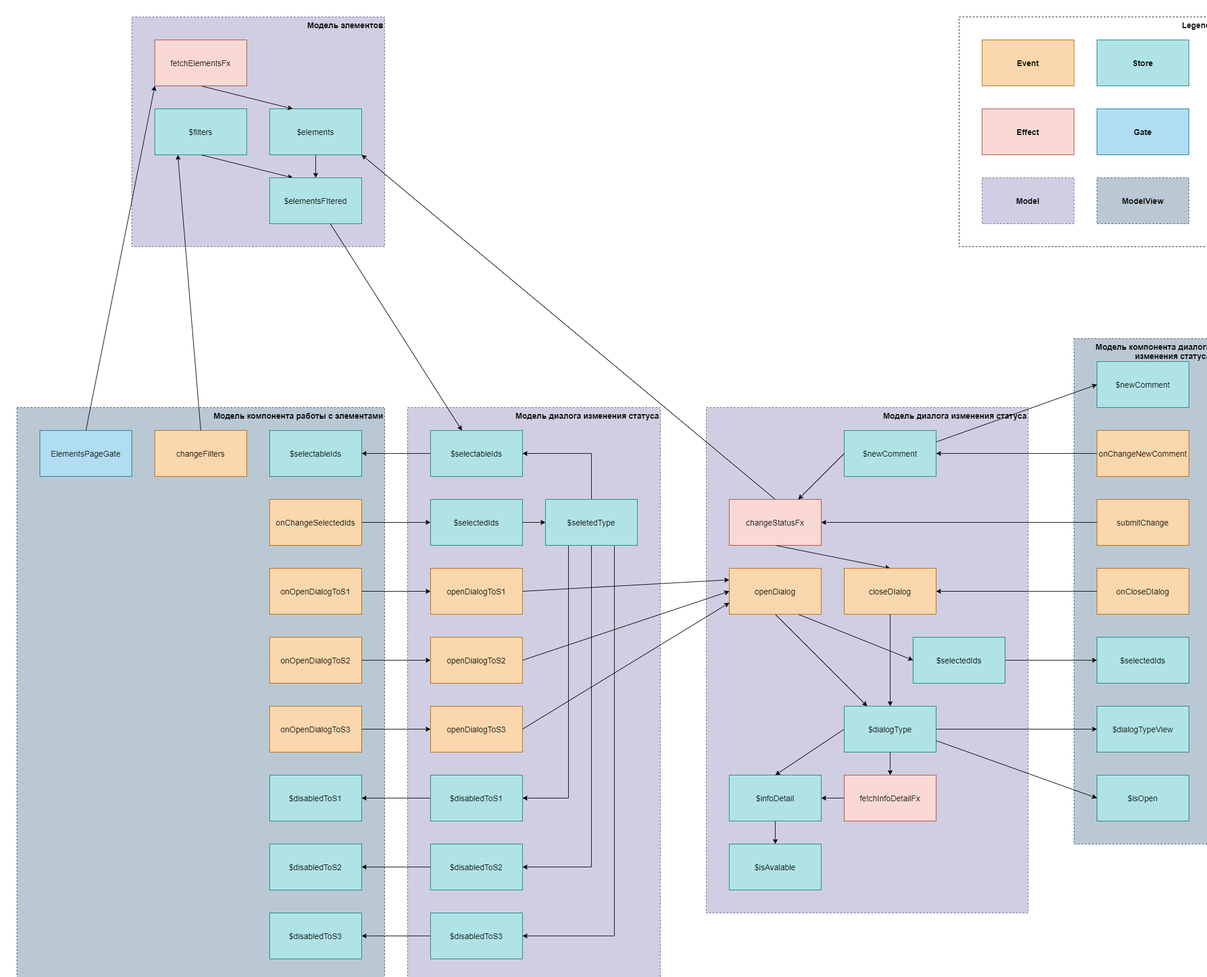
This is images/elementsControllerModel.png from ZothOmmog/elements-controller, a draw.io export, as it was before one commit. Source tidied: cells renumbered, new cells last; positions are measured from the earlier drawing's top-left corner, leaving out a move shared by most shapes.
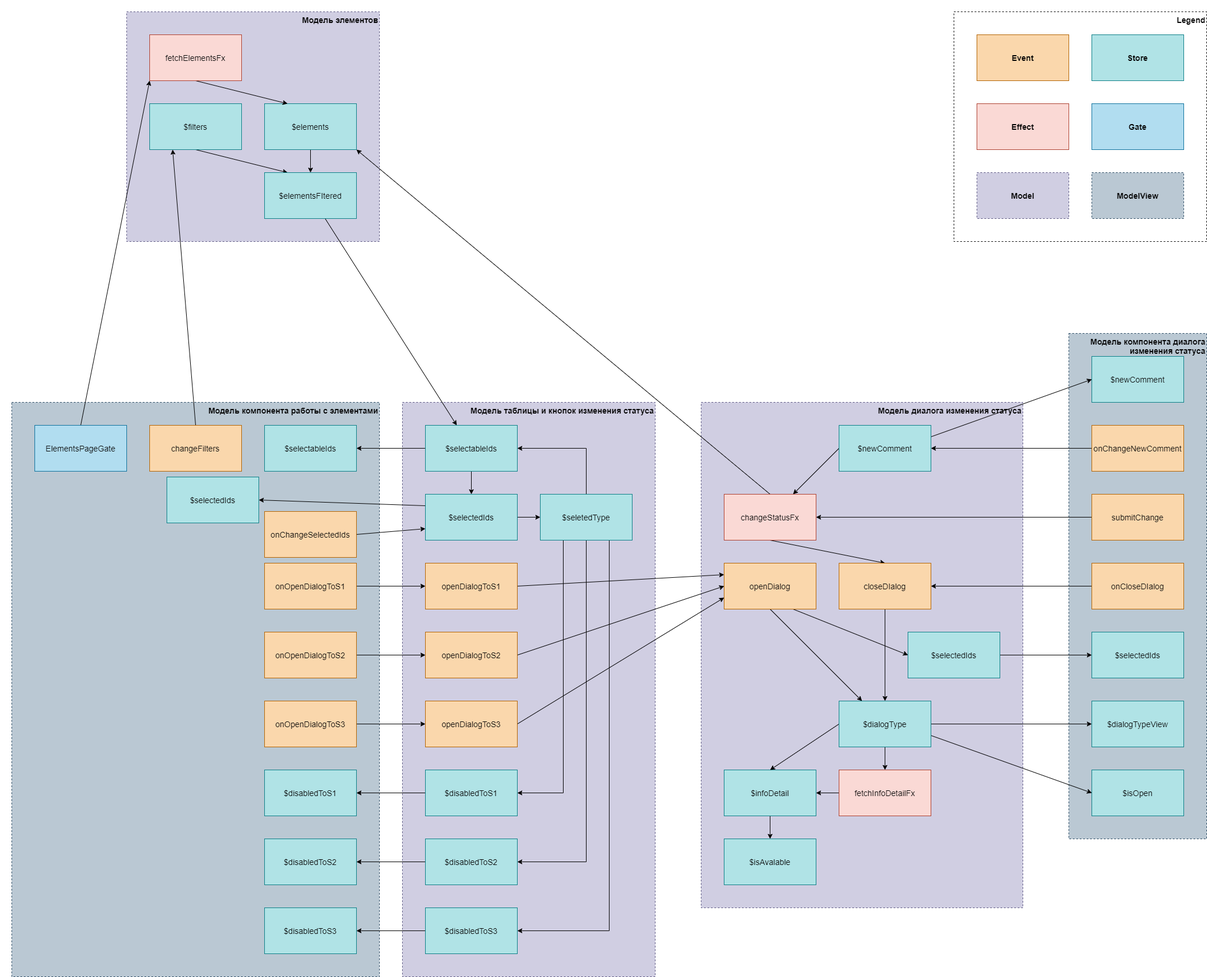
After the change.

Commit message:
Added bll-model for page

The edit, as a diff of the source:
```diff
@@ -2,7 +2,7 @@
   <root>
     <mxCell id="0" />
     <mxCell id="1" parent="0" />
-    <mxCell id="2" value="Модель диалога изменения статуса" style="rounded=0;whiteSpace=wrap;html=1;fillColor=#d0cee2;dashed=1;verticalAlign=top;align=right;fontSize=14;fontStyle=1;strokeColor=#56517e;" parent="1" vertex="1">
+    <mxCell id="2" value="Модель таблицы и кнопок изменения статуса" style="rounded=0;whiteSpace=wrap;html=1;fillColor=#d0cee2;dashed=1;verticalAlign=top;align=right;fontSize=14;fontStyle=1;strokeColor=#56517e;" parent="1" vertex="1">
       <mxGeometry x="680" y="680" width="440" height="1000" as="geometry" />
     </mxCell>
     <mxCell id="3" value="Модель компонента диалога изменения статуса" style="rounded=0;whiteSpace=wrap;html=1;fillColor=#bac8d3;dashed=1;verticalAlign=top;align=right;fontSize=14;fontStyle=1;strokeColor=#23445d;" parent="1" vertex="1">
@@ -125,21 +125,27 @@
     <mxCell id="42" value="$selectedIds" style="rounded=0;whiteSpace=wrap;html=1;fontSize=14;align=center;fillColor=#b0e3e6;strokeColor=#0e8088;" parent="1" vertex="1">
       <mxGeometry x="1560" y="1080" width="160" height="80" as="geometry" />
     </mxCell>
-    <mxCell id="43" style="edgeStyle=none;rounded=0;jettySize=auto;html=1;exitX=1;exitY=0.5;exitDx=0;exitDy=0;entryX=0;entryY=0.5;entryDx=0;entryDy=0;fontSize=14;" parent="1" edge="1" source="44" target="46">
+    <mxCell id="43" style="edgeStyle=none;rounded=0;jettySize=auto;html=1;exitX=1;exitY=0.5;exitDx=0;exitDy=0;entryX=0;entryY=0.75;entryDx=0;entryDy=0;fontSize=14;" parent="1" edge="1" source="44" target="46">
       <mxGeometry relative="1" as="geometry" />
     </mxCell>
     <mxCell id="44" value="onChangeSelectedIds" style="rounded=0;whiteSpace=wrap;html=1;fontSize=14;align=center;fillColor=#fad7ac;strokeColor=#b46504;" parent="1" vertex="1">
-      <mxGeometry x="440" y="840" width="160" height="80" as="geometry" />
+      <mxGeometry x="440" y="870" width="160" height="80" as="geometry" />
     </mxCell>
     <mxCell id="45" style="edgeStyle=orthogonalEdgeStyle;rounded=0;jettySize=auto;html=1;exitX=1;exitY=0.5;exitDx=0;exitDy=0;entryX=0;entryY=0.5;entryDx=0;entryDy=0;fontSize=14;" parent="1" edge="1" source="46" target="92">
       <mxGeometry relative="1" as="geometry" />
     </mxCell>
+    <mxCell id="93" style="edgeStyle=none;rounded=0;jettySize=auto;html=1;exitX=0;exitY=0.25;exitDx=0;exitDy=0;entryX=1;entryY=0.5;entryDx=0;entryDy=0;fontSize=14;" parent="1" edge="1" source="46" target="95">
+      <mxGeometry relative="1" as="geometry" />
+    </mxCell>
     <mxCell id="46" value="$selectedIds" style="rounded=0;whiteSpace=wrap;html=1;fontSize=14;align=center;fillColor=#b0e3e6;strokeColor=#0e8088;" parent="1" vertex="1">
       <mxGeometry x="720" y="840" width="160" height="80" as="geometry" />
     </mxCell>
     <mxCell id="47" style="edgeStyle=none;rounded=0;jettySize=auto;html=1;fontSize=14;" parent="1" edge="1" source="48" target="84">
       <mxGeometry relative="1" as="geometry" />
     </mxCell>
+    <mxCell id="94" style="edgeStyle=none;rounded=0;jettySize=auto;html=1;exitX=0.5;exitY=1;exitDx=0;exitDy=0;entryX=0.5;entryY=0;entryDx=0;entryDy=0;fontSize=14;" parent="1" edge="1" source="48" target="46">
+      <mxGeometry relative="1" as="geometry" />
+    </mxCell>
     <mxCell id="48" value="$selectableIds" style="rounded=0;whiteSpace=wrap;html=1;fontSize=14;align=center;fillColor=#b0e3e6;strokeColor=#0e8088;" parent="1" vertex="1">
       <mxGeometry x="720" y="720" width="160" height="80" as="geometry" />
     </mxCell>
@@ -275,5 +281,8 @@
     <mxCell id="92" value="$seletedType" style="rounded=0;whiteSpace=wrap;html=1;fontSize=14;align=center;fillColor=#b0e3e6;strokeColor=#0e8088;" parent="1" vertex="1">
       <mxGeometry x="920" y="840" width="160" height="80" as="geometry" />
     </mxCell>
+    <mxCell id="95" value="$selectedIds" style="rounded=0;whiteSpace=wrap;html=1;fontSize=14;align=center;fillColor=#b0e3e6;strokeColor=#0e8088;" parent="1" vertex="1">
+      <mxGeometry x="270" y="810" width="160" height="80" as="geometry" />
+    </mxCell>
   </root>
 </mxGraphModel>
```
